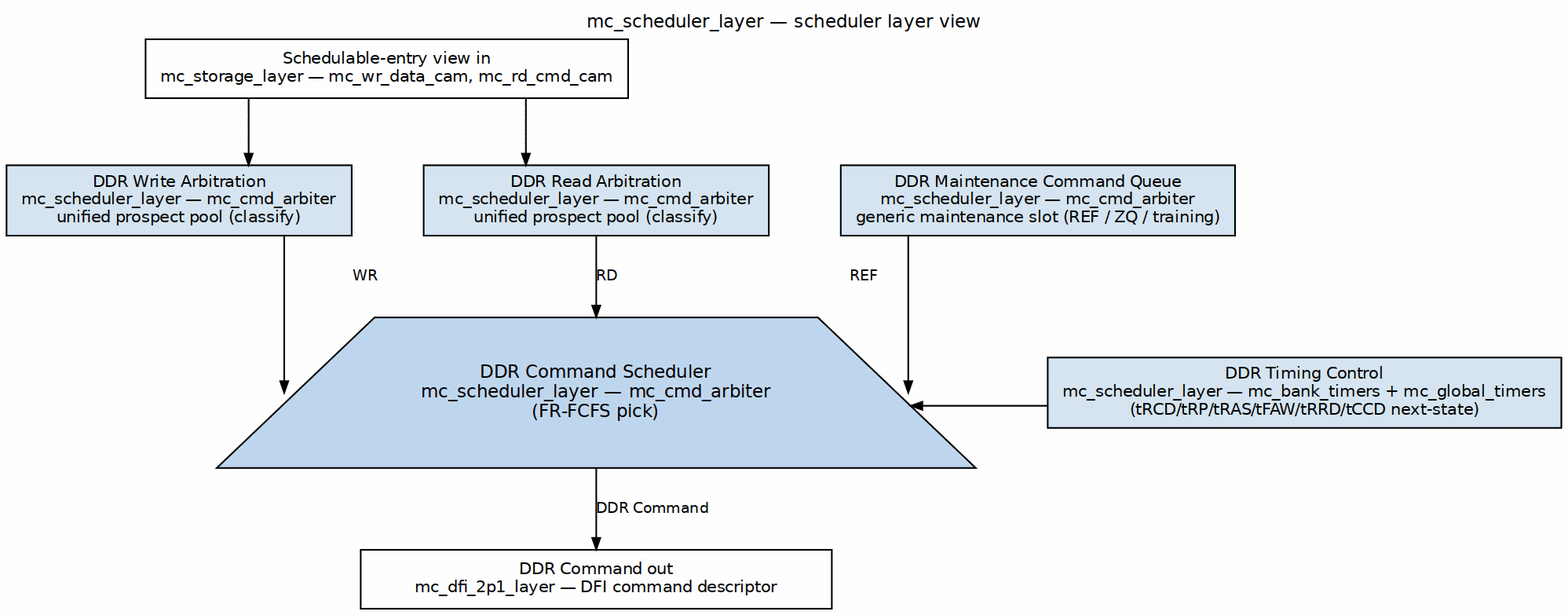
Earlier version of the Graphviz export projects/components/mem-ctrl-ip/common-ip/docs/common_mas/assets/graphviz/03_mc_scheduler_layer.png (sean-galloway/RTLDesignSherpa). Its source is kept beside it as projects/components/mem-ctrl-ip/common-ip/docs/common_mas/assets/graphviz/03_mc_scheduler_layer.dot. Source of this version:
```dot
digraph mc_scheduler_layer {
    graph [rankdir=TB, bgcolor="white", fontname="Helvetica", fontsize=11,
           nodesep="0.30", ranksep="0.55", splines=ortho,
           label="mc_scheduler_layer — scheduler layer view",
           labelloc=t, labeljust=c];
    node  [fontname="Helvetica", fontsize=10, shape=box, style=filled,
           fillcolor="#D6E4F0", color="black", margin="0.12,0.07"];
    edge  [fontname="Helvetica", fontsize=9, color="black", arrowsize=0.7];

    sch_in [label="Schedulable-entry view in\nmc_storage_layer — mc_wr_data_cam, mc_rd_cmd_cam",
            fillcolor="white"];

    wr_arb [label="DDR Write Arbitration\nmc_scheduler_layer — mc_cmd_arbiter\nunified prospect pool (classify)"];
    rd_arb [label="DDR Read Arbitration\nmc_scheduler_layer — mc_cmd_arbiter\nunified prospect pool (classify)"];
    maint  [label="DDR Maintenance Command Queue\nmc_scheduler_layer — mc_cmd_arbiter\ngeneric maintenance slot (REF / ZQ / training)"];
    sched  [label="DDR Command Scheduler\nmc_scheduler_layer — mc_cmd_arbiter\n(FR-FCFS pick)",
            shape=trapezium, width=3.2, fillcolor="#BFD7EE", fontsize=11];
    tctl   [label="DDR Timing Control\nmc_scheduler_layer — mc_bank_timers + mc_global_timers\n(tRCD/tRP/tRAS/tFAW/tRRD/tCCD next-state)"];

    cmd_out [label="DDR Command out\nmc_dfi_2p1_layer — DFI command descriptor",
             fillcolor="white", width=4.0];

    sch_in -> wr_arb;
    sch_in -> rd_arb;
    wr_arb -> sched [label="WR"];
    rd_arb -> sched [label="RD"];
    maint  -> sched [label="REF"];
    tctl   -> sched;
    sched  -> cmd_out [label="DDR Command"];

    { rank=same; sch_in; }
    { rank=same; wr_arb; rd_arb; maint; }
    wr_arb -> rd_arb [style=invis];
    rd_arb -> maint  [style=invis];
    { rank=same; sched; tctl; }
    sched -> tctl [style=invis];
    { rank=same; cmd_out; }
}
```
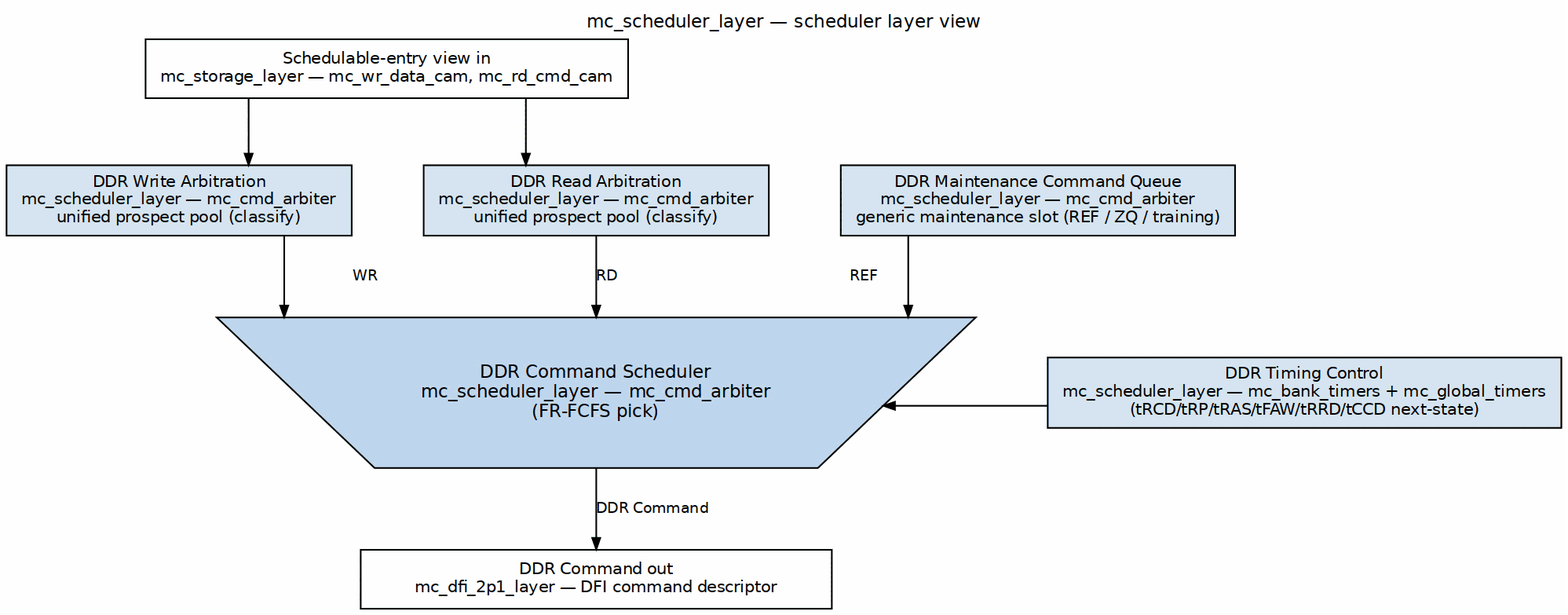
After the commit.

Diff of the diagram source:
```diff
@@ -14,7 +14,7 @@
     rd_arb [label="DDR Read Arbitration\nmc_scheduler_layer — mc_cmd_arbiter\nunified prospect pool (classify)"];
     maint  [label="DDR Maintenance Command Queue\nmc_scheduler_layer — mc_cmd_arbiter\ngeneric maintenance slot (REF / ZQ / training)"];
     sched  [label="DDR Command Scheduler\nmc_scheduler_layer — mc_cmd_arbiter\n(FR-FCFS pick)",
-            shape=trapezium, width=3.2, fillcolor="#BFD7EE", fontsize=11];
+            shape=invtrapezium, width=4.6, fillcolor="#BFD7EE", fontsize=11];
     tctl   [label="DDR Timing Control\nmc_scheduler_layer — mc_bank_timers + mc_global_timers\n(tRCD/tRP/tRAS/tFAW/tRRD/tCCD next-state)"];
 
     cmd_out [label="DDR Command out\nmc_dfi_2p1_layer — DFI command descriptor",
```
